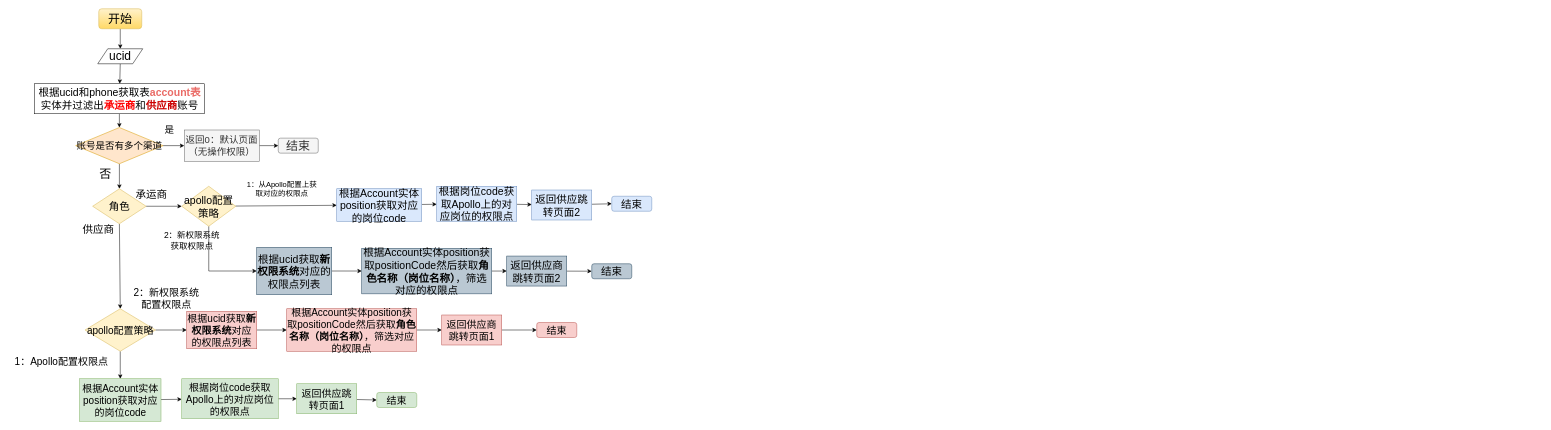
Above: 供应链协同权限流程.drawio in jiangtao2048/diagrams (draw.io), before the change. Source tidied: cells renumbered, new cells numbered last; positions are measured from the earlier drawing's top-left corner, leaving out a move shared by most shapes. Both pictures are drawn from the tidied source at 50%, with x=0, y=0 at pixel (8, 8).
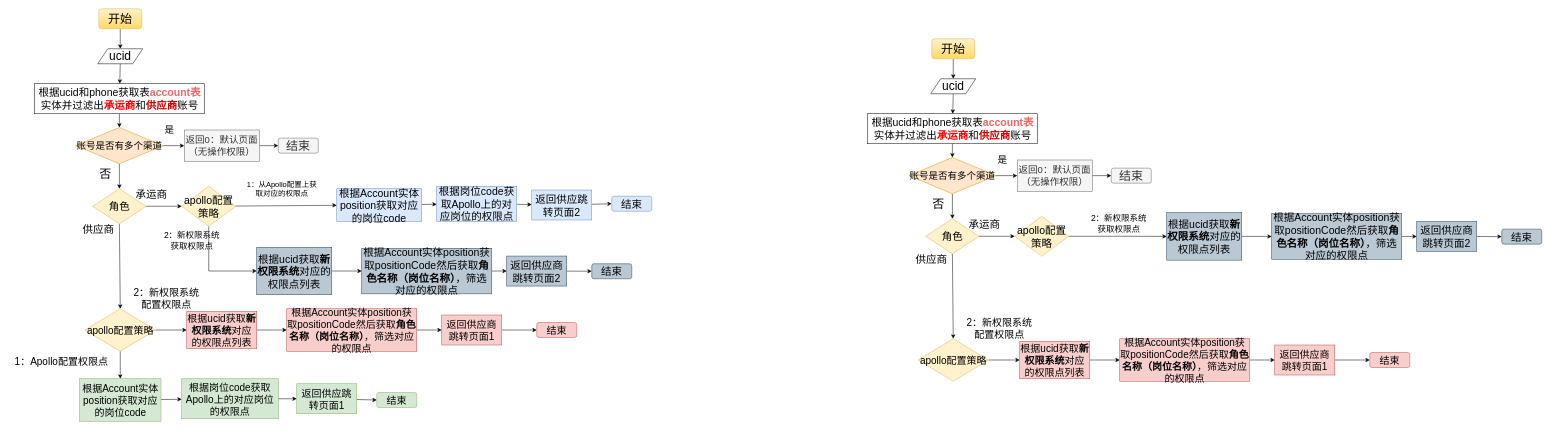
After the change.

Commit message:
更新供应链协同权限流程.drawio

The edit, as a diff of the source:
```diff
@@
+    <mxCell id="59" style="edgeStyle=none;rounded=0;jettySize=auto;html=1;exitX=0.5;exitY=1;exitDx=0;exitDy=0;entryX=0.5;entryY=0;entryDx=0;entryDy=0;fontSize=24;fontColor=#000000;" parent="1" edge="1" source="60" target="62">
+      <mxGeometry relative="1" as="geometry" />
+    </mxCell>
+    <mxCell id="60" value="&lt;font style=&quot;font-size: 24px;&quot;&gt;开始&lt;/font&gt;" style="rounded=1;whiteSpace=wrap;html=1;fillColor=#fff2cc;gradientColor=#ffd966;strokeColor=#d6b656;" parent="1" vertex="1">
+      <mxGeometry x="1846" y="60" width="86" height="40" as="geometry" />
+    </mxCell>
+    <mxCell id="61" style="edgeStyle=none;rounded=0;jettySize=auto;html=1;exitX=0.5;exitY=1;exitDx=0;exitDy=0;fontSize=14;fontColor=#000000;" parent="1" edge="1" source="62" target="64">
+      <mxGeometry relative="1" as="geometry" />
+    </mxCell>
+    <mxCell id="62" value="ucid" style="shape=parallelogram;perimeter=parallelogramPerimeter;whiteSpace=wrap;html=1;fixedSize=1;fontSize=24;" parent="1" vertex="1">
+      <mxGeometry x="1844" y="140" width="90" height="30" as="geometry" />
+    </mxCell>
+    <mxCell id="63" style="edgeStyle=none;rounded=0;jettySize=auto;html=1;exitX=0.5;exitY=1;exitDx=0;exitDy=0;fontSize=14;fontColor=#000000;" parent="1" edge="1" source="64" target="67">
+      <mxGeometry relative="1" as="geometry" />
+    </mxCell>
+    <mxCell id="64" value="根据ucid和phone获取表&lt;font color=&quot;#ea6b66&quot; style=&quot;font-size: 21px;&quot;&gt;&lt;b style=&quot;font-size: 21px;&quot;&gt;account表&lt;/b&gt;&lt;/font&gt;实体并过滤出&lt;font color=&quot;#ff0000&quot; style=&quot;font-size: 21px;&quot;&gt;&lt;b style=&quot;font-size: 21px;&quot;&gt;承运商&lt;/b&gt;&lt;/font&gt;和&lt;font color=&quot;#cc0000&quot; style=&quot;font-size: 21px;&quot;&gt;&lt;b style=&quot;font-size: 21px;&quot;&gt;供应商&lt;/b&gt;&lt;/font&gt;账号" style="rounded=0;whiteSpace=wrap;html=1;fontSize=21;" parent="1" vertex="1">
+      <mxGeometry x="1717.5" y="210" width="339.5" height="60" as="geometry" />
+    </mxCell>
+    <mxCell id="65" style="edgeStyle=none;rounded=0;jettySize=auto;html=1;exitX=1;exitY=0.5;exitDx=0;exitDy=0;fontSize=14;fontColor=#000000;entryX=0;entryY=0.5;entryDx=0;entryDy=0;" parent="1" edge="1" source="67" target="69">
+      <mxGeometry relative="1" as="geometry" />
+    </mxCell>
+    <mxCell id="66" style="edgeStyle=none;rounded=0;jettySize=auto;html=1;exitX=0.5;exitY=1;exitDx=0;exitDy=0;entryX=0.5;entryY=0;entryDx=0;entryDy=0;fontSize=14;fontColor=#000000;" parent="1" edge="1" source="67" target="75">
+      <mxGeometry relative="1" as="geometry" />
+    </mxCell>
+    <mxCell id="67" value="&lt;font color=&quot;#000000&quot; style=&quot;font-size: 19px;&quot;&gt;账号是否有多个渠道&lt;/font&gt;" style="rhombus;whiteSpace=wrap;html=1;fontSize=19;fillColor=#ffe6cc;strokeColor=#d79b00;" parent="1" vertex="1">
+      <mxGeometry x="1799.9" y="297.5" width="174.8" height="72.5" as="geometry" />
+    </mxCell>
+    <mxCell id="68" style="edgeStyle=none;rounded=0;jettySize=auto;html=1;exitX=1;exitY=0.5;exitDx=0;exitDy=0;fontSize=14;fontColor=#000000;" parent="1" edge="1" source="69" target="70">
+      <mxGeometry relative="1" as="geometry" />
+    </mxCell>
+    <mxCell id="69" value="返回0：默认页面（无操作权限）" style="rounded=0;whiteSpace=wrap;html=1;fontSize=19;fillColor=#f5f5f5;strokeColor=#666666;fontColor=#333333;" parent="1" vertex="1">
+      <mxGeometry x="2017" y="302.5" width="150" height="62.5" as="geometry" />
+    </mxCell>
+    <mxCell id="70" value="结束" style="rounded=1;whiteSpace=wrap;html=1;fontSize=24;fillColor=#f5f5f5;strokeColor=#666666;fontColor=#333333;" parent="1" vertex="1">
+      <mxGeometry x="2205" y="318.8" width="80" height="30" as="geometry" />
+    </mxCell>
+    <mxCell id="71" value="是" style="text;html=1;align=center;verticalAlign=middle;strokeColor=none;fillColor=none;fontSize=19;fontColor=#000000;" parent="1" vertex="1">
+      <mxGeometry x="1967" y="282.5" width="40" height="40" as="geometry" />
+    </mxCell>
+    <mxCell id="72" value="否" style="text;html=1;align=center;verticalAlign=middle;strokeColor=none;fillColor=none;fontSize=24;fontColor=#000000;" parent="1" vertex="1">
+      <mxGeometry x="1834" y="370" width="50" height="40" as="geometry" />
+    </mxCell>
+    <mxCell id="73" style="edgeStyle=none;rounded=0;jettySize=auto;html=1;exitX=0.5;exitY=1;exitDx=0;exitDy=0;fontSize=14;fontColor=#000000;entryX=0.5;entryY=0;entryDx=0;entryDy=0;" parent="1" edge="1" source="75" target="78">
+      <mxGeometry relative="1" as="geometry" />
+    </mxCell>
+    <mxCell id="74" style="edgeStyle=none;rounded=0;jettySize=auto;html=1;fontSize=14;fontColor=#000000;entryX=0;entryY=0.5;entryDx=0;entryDy=0;" parent="1" edge="1" source="75" target="88">
+      <mxGeometry relative="1" as="geometry" />
+    </mxCell>
+    <mxCell id="75" value="角色" style="rhombus;whiteSpace=wrap;html=1;fontSize=21;fillColor=#fff2cc;strokeColor=#d6b656;" parent="1" vertex="1">
+      <mxGeometry x="1833.8" y="420" width="107" height="70" as="geometry" />
+    </mxCell>
+    <mxCell id="76" value="供应商" style="text;html=1;align=center;verticalAlign=middle;strokeColor=none;fillColor=none;fontSize=21;fontColor=#000000;" parent="1" vertex="1">
+      <mxGeometry x="1799.9" y="480" width="90" height="40" as="geometry" />
+    </mxCell>
+    <mxCell id="77" style="edgeStyle=none;rounded=0;jettySize=auto;html=1;fontSize=14;fontColor=#000000;" parent="1" edge="1" source="78" target="80">
+      <mxGeometry relative="1" as="geometry" />
+    </mxCell>
+    <mxCell id="78" value="&lt;span style=&quot;font-size: 20px;&quot;&gt;apollo配置策略&lt;/span&gt;" style="rhombus;whiteSpace=wrap;html=1;fontSize=20;fillColor=#fff2cc;strokeColor=#d6b656;" parent="1" vertex="1">
+      <mxGeometry x="1818.5" y="660" width="141" height="85" as="geometry" />
+    </mxCell>
+    <mxCell id="79" style="edgeStyle=none;rounded=0;jettySize=auto;html=1;fontSize=14;fontColor=#000000;" parent="1" edge="1" source="80" target="83">
+      <mxGeometry relative="1" as="geometry" />
+    </mxCell>
+    <mxCell id="80" value="根据ucid获取&lt;b style=&quot;font-size: 20px;&quot;&gt;新权限系统&lt;/b&gt;对应的权限点列表" style="whiteSpace=wrap;html=1;fontSize=20;fillColor=#f8cecc;strokeColor=#b85450;" parent="1" vertex="1">
+      <mxGeometry x="2022" y="665" width="140" height="75" as="geometry" />
+    </mxCell>
+    <mxCell id="81" value="承运商" style="text;html=1;align=center;verticalAlign=middle;strokeColor=none;fillColor=none;fontSize=21;fontColor=#000000;" parent="1" vertex="1">
+      <mxGeometry x="1906" y="410" width="90" height="40" as="geometry" />
+    </mxCell>
+    <mxCell id="82" style="edgeStyle=none;rounded=0;jettySize=auto;html=1;fontSize=14;fontColor=#000000;" parent="1" edge="1" source="83" target="85">
+      <mxGeometry relative="1" as="geometry" />
+    </mxCell>
+    <mxCell id="83" value="根据Account实体position获取positionCode然后获取&lt;b style=&quot;font-size: 20px;&quot;&gt;角色名称（岗位名称）&lt;/b&gt;，筛选对应的权限点" style="whiteSpace=wrap;html=1;fontSize=20;fillColor=#f8cecc;strokeColor=#b85450;" parent="1" vertex="1">
+      <mxGeometry x="2222" y="660" width="260" height="85" as="geometry" />
+    </mxCell>
+    <mxCell id="84" style="edgeStyle=none;rounded=0;jettySize=auto;html=1;fontSize=14;fontColor=#000000;" parent="1" edge="1" source="85" target="86">
+      <mxGeometry relative="1" as="geometry" />
+    </mxCell>
+    <mxCell id="85" value="返回供应商跳转页面1" style="whiteSpace=wrap;html=1;fontSize=20;fillColor=#f8cecc;strokeColor=#b85450;" parent="1" vertex="1">
+      <mxGeometry x="2532" y="672.5" width="120" height="60" as="geometry" />
+    </mxCell>
+    <mxCell id="86" value="结束" style="rounded=1;whiteSpace=wrap;html=1;fontSize=20;fillColor=#f8cecc;strokeColor=#b85450;" parent="1" vertex="1">
+      <mxGeometry x="2722" y="687.5" width="80" height="30" as="geometry" />
+    </mxCell>
+    <mxCell id="87" style="edgeStyle=orthogonalEdgeStyle;rounded=0;jettySize=auto;html=1;exitX=1;exitY=0.5;exitDx=0;exitDy=0;" parent="1" edge="1" source="88" target="90">
+      <mxGeometry relative="1" as="geometry" />
+    </mxCell>
+    <mxCell id="88" value="apollo配置策略" style="rhombus;whiteSpace=wrap;html=1;fontSize=21;fillColor=#fff2cc;strokeColor=#d6b656;" parent="1" vertex="1">
+      <mxGeometry x="2012" y="415" width="108" height="80" as="geometry" />
+    </mxCell>
+    <mxCell id="89" style="edgeStyle=none;rounded=0;jettySize=auto;html=1;fontSize=14;fontColor=#000000;" parent="1" edge="1" source="90" target="92">
+      <mxGeometry relative="1" as="geometry" />
+    </mxCell>
+    <mxCell id="90" value="&lt;span style=&quot;font-size: 21px;&quot;&gt;根据ucid获取&lt;/span&gt;&lt;b style=&quot;font-size: 21px;&quot;&gt;新权限系统&lt;/b&gt;&lt;span style=&quot;font-size: 21px;&quot;&gt;对应的权限点列表&lt;/span&gt;" style="whiteSpace=wrap;html=1;fontSize=21;fillColor=#bac8d3;strokeColor=#23445d;" parent="1" vertex="1">
+      <mxGeometry x="2316" y="407.8" width="150" height="95" as="geometry" />
+    </mxCell>
+    <mxCell id="91" style="edgeStyle=none;rounded=0;jettySize=auto;html=1;fontSize=14;fontColor=#000000;" parent="1" edge="1" source="92" target="94">
+      <mxGeometry relative="1" as="geometry" />
+    </mxCell>
+    <mxCell id="92" value="&lt;span style=&quot;font-size: 21px;&quot;&gt;根据Account实体position获取positionCode然后获取&lt;/span&gt;&lt;b style=&quot;font-size: 21px;&quot;&gt;角色名称（岗位名称）&lt;/b&gt;&lt;span style=&quot;font-size: 21px;&quot;&gt;，筛选对应的权限点&lt;/span&gt;" style="whiteSpace=wrap;html=1;fontSize=21;fillColor=#bac8d3;strokeColor=#23445d;" parent="1" vertex="1">
+      <mxGeometry x="2526" y="409.8" width="260" height="91.2" as="geometry" />
+    </mxCell>
+    <mxCell id="93" style="edgeStyle=none;rounded=0;jettySize=auto;html=1;fontSize=14;fontColor=#000000;" parent="1" edge="1" source="94" target="95">
+      <mxGeometry relative="1" as="geometry" />
+    </mxCell>
+    <mxCell id="94" value="&lt;span style=&quot;font-size: 21px;&quot;&gt;返回供应商跳转页面2&lt;/span&gt;" style="whiteSpace=wrap;html=1;fontSize=21;fillColor=#bac8d3;strokeColor=#23445d;" parent="1" vertex="1">
+      <mxGeometry x="2816" y="425.4" width="120" height="60" as="geometry" />
+    </mxCell>
+    <mxCell id="95" value="结束" style="rounded=1;whiteSpace=wrap;html=1;fontSize=21;fillColor=#bac8d3;strokeColor=#23445d;" parent="1" vertex="1">
+      <mxGeometry x="2986" y="440.8" width="80" height="30" as="geometry" />
+    </mxCell>
+    <mxCell id="96" value="2：新权限系统&lt;br&gt;配置权限点" style="text;html=1;align=center;verticalAlign=middle;strokeColor=none;fillColor=none;fontSize=20;fontColor=#000000;" parent="1" vertex="1">
+      <mxGeometry x="1906" y="609.4" width="150" height="60" as="geometry" />
+    </mxCell>
+    <mxCell id="97" value="2：新权限系统&lt;br style=&quot;font-size: 17px;&quot;&gt;获取权限点" style="text;html=1;align=center;verticalAlign=middle;strokeColor=none;fillColor=none;fontSize=17;fontColor=#000000;" parent="1" vertex="1">
+      <mxGeometry x="2155" y="405" width="130" height="50" as="geometry" />
+    </mxCell>
```
